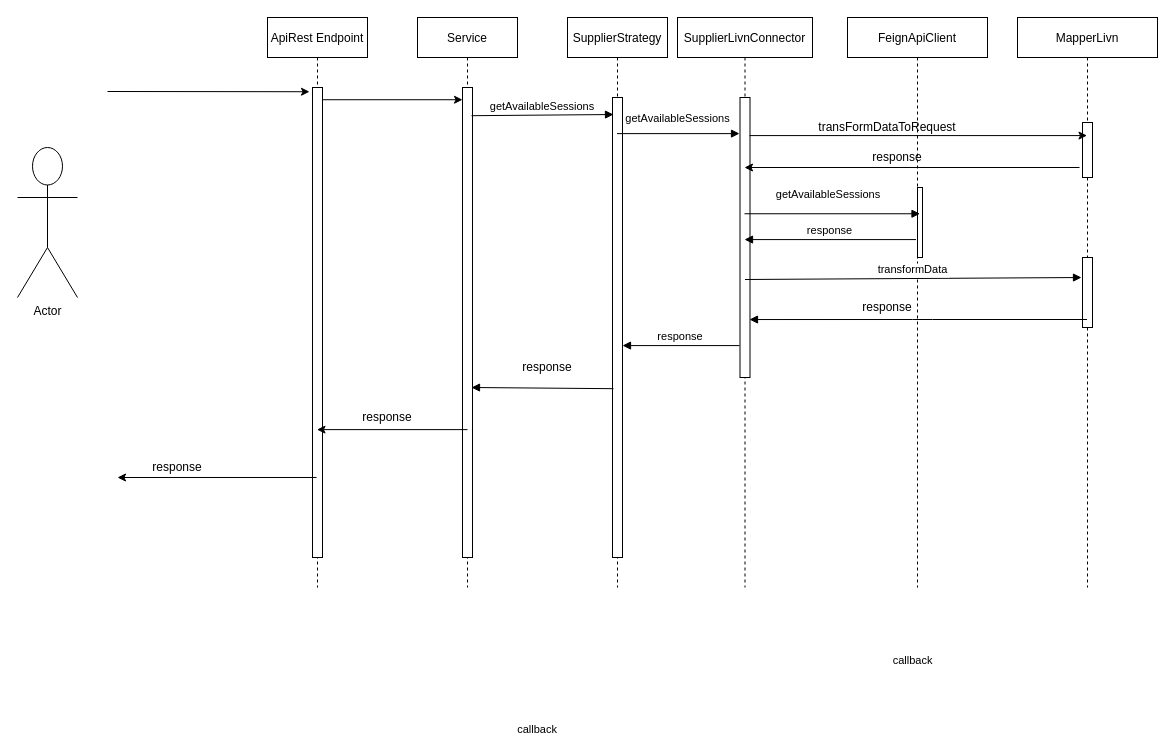
This is Untitled Diagram.drawio from gcijuentes/proyectos, a draw.io file, before an edit. Source tidied: cells renumbered, new cells numbered last; positions are measured from the earlier drawing's top-left corner, leaving out a move shared by most shapes. Both pictures are drawn from the tidied source at 100%, with x=0, y=0 at pixel (17, 17).
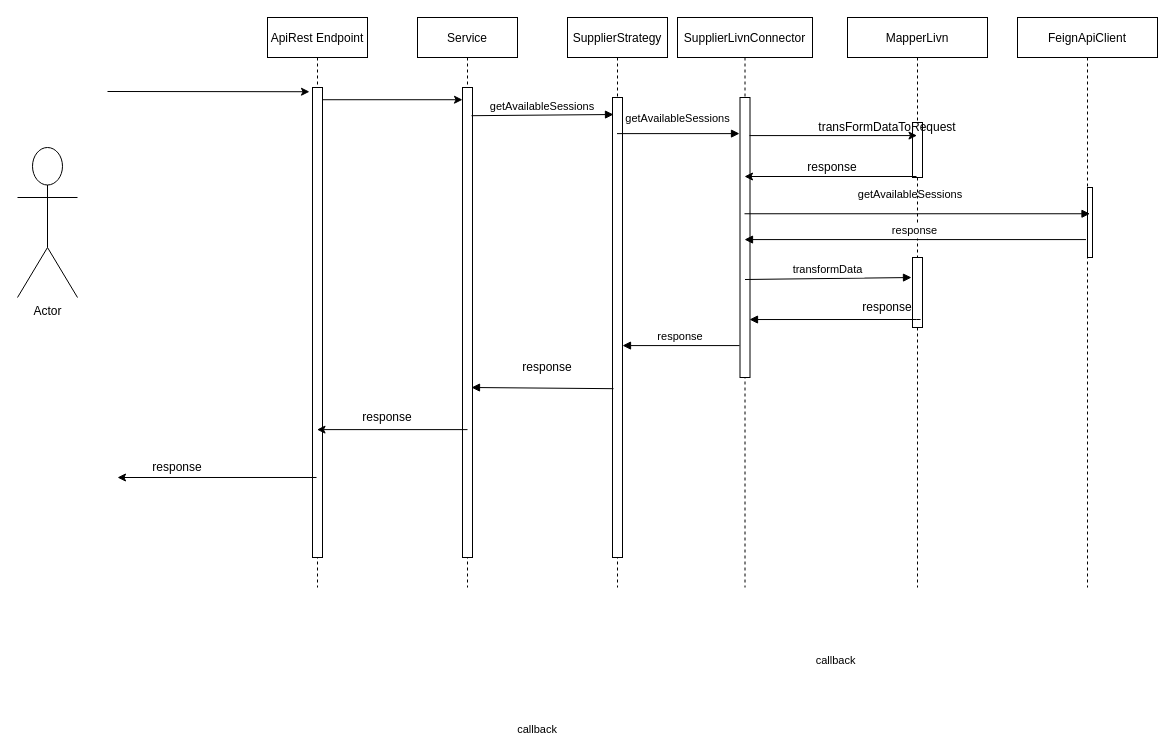
Above is the later version.

The change refers to these unchanged cells:
```xml
<mxCell id="8" value="SupplierLivnConnector" style="shape=umlLifeline;perimeter=lifelinePerimeter;rounded=0;shadow=0;strokeWidth=1;size=40;" parent="1" vertex="1">
  <mxGeometry x="660" width="135" height="570" as="geometry" />
</mxCell>
<mxCell id="16" style="points=[];perimeter=orthogonalPerimeter;rounded=0;shadow=0;strokeWidth=1;" parent="15" vertex="1">
  <mxGeometry x="65" y="105" width="10" height="55" as="geometry" />
</mxCell>
```

What changed in the source:
```diff
@@
     <mxCell id="12" value="FeignApiClient" style="shape=umlLifeline;perimeter=lifelinePerimeter;rounded=0;shadow=0;strokeWidth=1;" parent="1" vertex="1">
-      <mxGeometry x="830" width="140" height="570" as="geometry" />
+      <mxGeometry x="1000" width="140" height="570" as="geometry" />
     </mxCell>
@@
     <mxCell id="15" value="MapperLivn" style="shape=umlLifeline;perimeter=lifelinePerimeter;rounded=0;shadow=0;strokeWidth=1;" parent="1" vertex="1">
-      <mxGeometry x="1000" width="140" height="570" as="geometry" />
+      <mxGeometry x="830" width="140" height="570" as="geometry" />
     </mxCell>
@@
-    <mxCell id="33" style="endArrow=classic;html=1;" parent="1" edge="1" target="8">
-      <mxGeometry relative="1" as="geometry">
-        <mxPoint x="1062" y="150" as="sourcePoint" />
-      </mxGeometry>
+    <mxCell id="33" style="endArrow=classic;html=1;exitX=0.4;exitY=0.982;exitDx=0;exitDy=0;exitPerimeter=0;" parent="1" edge="1" source="16" target="8">
+      <mxGeometry relative="1" as="geometry" />
     </mxCell>
@@
     <mxCell id="35" value="response" style="text;html=1;strokeColor=none;fillColor=none;align=center;verticalAlign=middle;whiteSpace=wrap;rounded=0;" parent="1" vertex="1">
-      <mxGeometry x="860" y="130" width="40" height="20" as="geometry" />
+      <mxGeometry x="795" y="140" width="40" height="20" as="geometry" />
     </mxCell>
```
